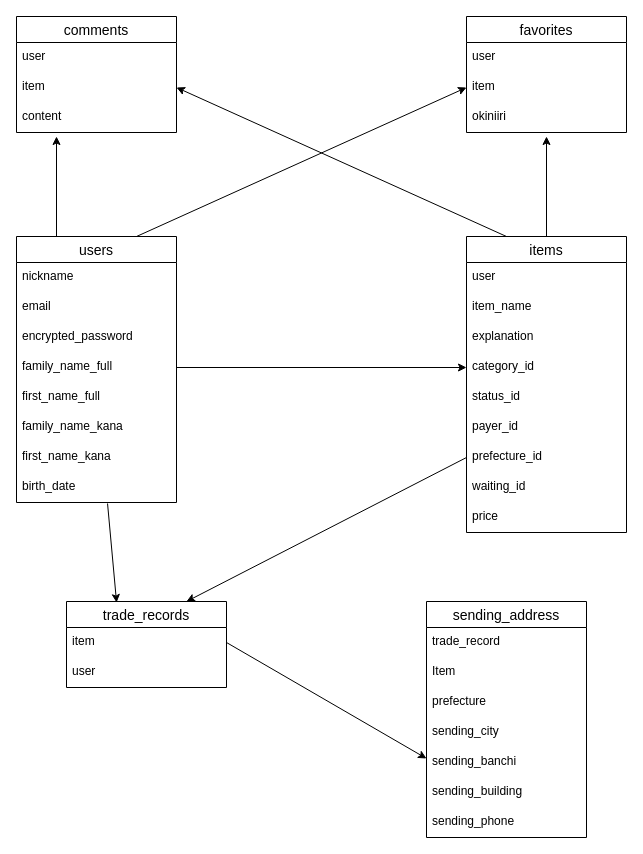
Above: Table.dio in ryotaro960/furima-41543 (draw.io), before the change. Source tidied: cells renumbered, new cells numbered last; positions are measured from the earlier drawing's top-left corner, leaving out a move shared by most shapes. Both pictures are drawn from the tidied source at 100%, with x=0, y=0 at pixel (16, 16).
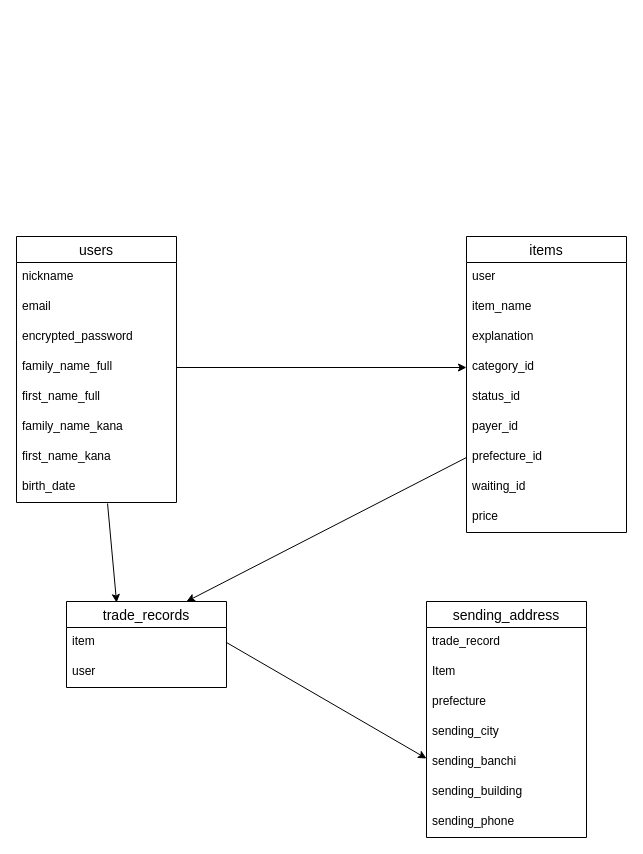
The same diagram, later.

Commit message (it also covers changes not shown here):
ER図、READMEの修正3

Unchanged cells that the change refers to:
```xml
<mxCell id="4" value="users" style="swimlane;fontStyle=0;horizontal=1;startSize=26;align=center;fontSize=14;" parent="1" vertex="1">
  <mxGeometry y="220" width="160" height="266" as="geometry" />
</mxCell>
<mxCell id="14" value="items" style="swimlane;fontStyle=0;horizontal=1;startSize=26;align=center;fontSize=14;" parent="1" vertex="1">
  <mxGeometry x="450" y="220" width="160" height="296" as="geometry" />
</mxCell>
```

What changed in the source:
```diff
@@
-    <mxCell id="2" style="edgeStyle=none;html=1;exitX=0.25;exitY=0;exitDx=0;exitDy=0;" parent="1" edge="1" source="4">
-      <mxGeometry relative="1" as="geometry">
-        <mxPoint x="40" y="120" as="targetPoint" />
-      </mxGeometry>
-    </mxCell>
-    <mxCell id="3" style="edgeStyle=none;html=1;exitX=0.75;exitY=0;exitDx=0;exitDy=0;entryX=0;entryY=0.5;entryDx=0;entryDy=0;" parent="1" edge="1" source="4" target="43">
-      <mxGeometry relative="1" as="geometry" />
-    </mxCell>
@@
-    <mxCell id="13" style="edgeStyle=none;html=1;exitX=0.25;exitY=0;exitDx=0;exitDy=0;entryX=1;entryY=0.5;entryDx=0;entryDy=0;" parent="1" edge="1" source="14" target="39">
-      <mxGeometry relative="1" as="geometry" />
-    </mxCell>
@@
-    <mxCell id="37" value="comments" style="swimlane;fontStyle=0;horizontal=1;startSize=26;align=center;fontSize=14;" parent="1" vertex="1">
-      <mxGeometry width="160" height="116" as="geometry" />
-    </mxCell>
-    <mxCell id="38" value="user" style="text;strokeColor=none;fillColor=none;spacingLeft=4;spacingRight=4;overflow=hidden;fontSize=12;" parent="37" vertex="1">
-      <mxGeometry y="26" width="160" height="30" as="geometry" />
-    </mxCell>
-    <mxCell id="39" value="item" style="text;strokeColor=none;fillColor=none;spacingLeft=4;spacingRight=4;overflow=hidden;points=[[0,0.5],[1,0.5]];portConstraint=eastwest;fontSize=12;" parent="37" vertex="1">
-      <mxGeometry y="56" width="160" height="30" as="geometry" />
-    </mxCell>
-    <mxCell id="40" value="content" style="text;strokeColor=none;fillColor=none;spacingLeft=4;spacingRight=4;overflow=hidden;fontSize=12;" parent="37" vertex="1">
-      <mxGeometry y="86" width="160" height="30" as="geometry" />
-    </mxCell>
-    <mxCell id="41" value="favorites" style="swimlane;fontStyle=0;horizontal=1;startSize=26;align=center;fontSize=14;" parent="1" vertex="1">
-      <mxGeometry x="450" width="160" height="116" as="geometry" />
-    </mxCell>
-    <mxCell id="42" value="user" style="text;strokeColor=none;fillColor=none;spacingLeft=4;spacingRight=4;overflow=hidden;fontSize=12;" parent="41" vertex="1">
-      <mxGeometry y="26" width="160" height="30" as="geometry" />
-    </mxCell>
-    <mxCell id="43" value="item" style="text;strokeColor=none;fillColor=none;spacingLeft=4;spacingRight=4;overflow=hidden;points=[[0,0.5],[1,0.5]];portConstraint=eastwest;fontSize=12;" parent="41" vertex="1">
-      <mxGeometry y="56" width="160" height="30" as="geometry" />
-    </mxCell>
-    <mxCell id="44" value="okiniiri" style="text;strokeColor=none;fillColor=none;spacingLeft=4;spacingRight=4;overflow=hidden;points=[[0,0.5],[1,0.5]];portConstraint=eastwest;fontSize=12;" parent="41" vertex="1">
-      <mxGeometry y="86" width="160" height="30" as="geometry" />
-    </mxCell>
@@
-    <mxCell id="46" style="edgeStyle=none;html=1;exitX=0.5;exitY=0;exitDx=0;exitDy=0;entryX=0.5;entryY=1.133;entryDx=0;entryDy=0;entryPerimeter=0;" parent="1" edge="1" source="14" target="44">
-      <mxGeometry relative="1" as="geometry" />
-    </mxCell>
```
